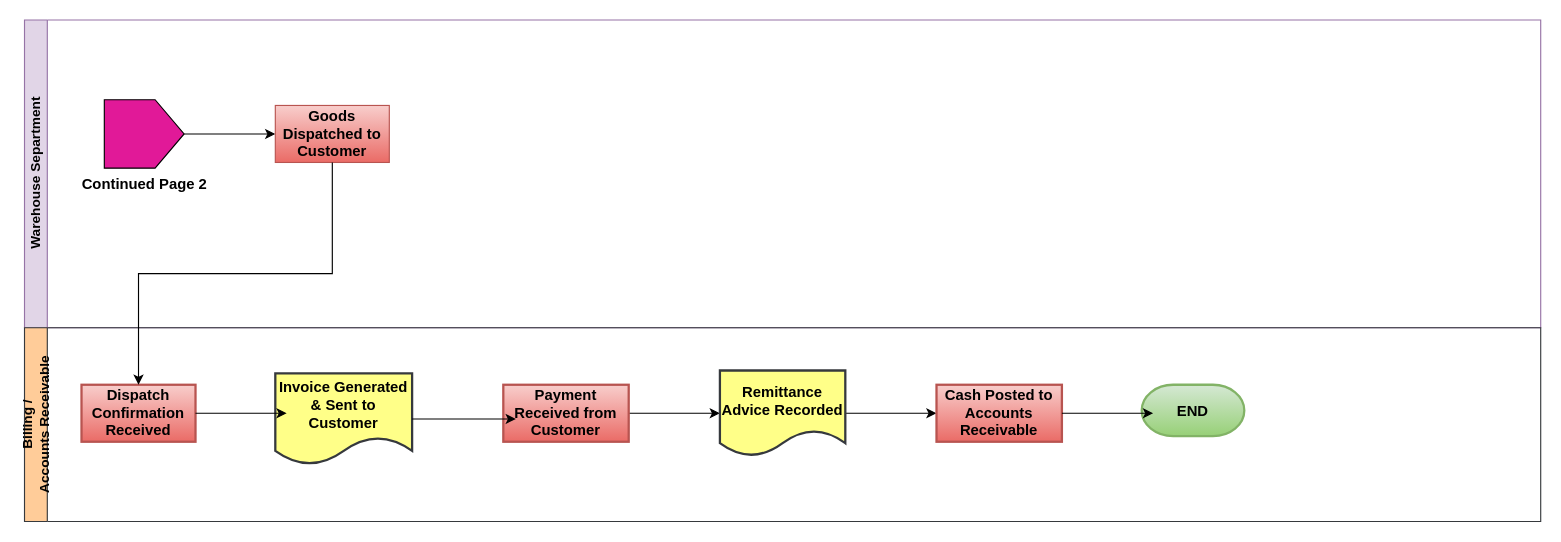
Earlier version of the draw.io diagram page "Page-2" (2 of 2) of Revenue_Cycle_Controls.drawio (MiaoqingZheng/drawio). Source tidied: cells renumbered, new cells numbered last; positions are measured from the earlier drawing's top-left corner, leaving out a move shared by most shapes. Both pictures are drawn from the tidied source at 114%, with x=0, y=0 at pixel (24, 19).
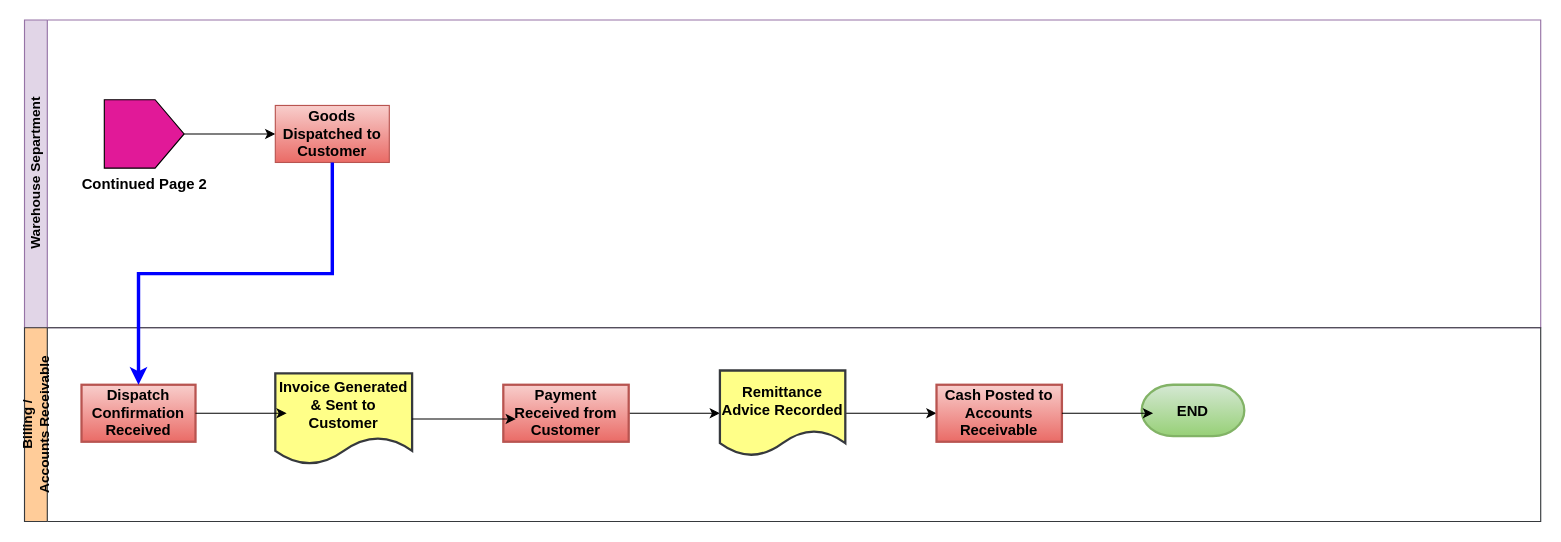
Above is the later version.

Change to the diagram source:
```diff
@@
 <mxGraphModel>
   <root>
     <mxCell id="0" />
     <mxCell id="1" parent="0" />
     <mxCell id="2" value="Warehouse Separtment" style="swimlane;startSize=20;horizontal=0;html=1;fillColor=#e1d5e7;strokeColor=#9673a6;" parent="1" vertex="1">
       <mxGeometry width="1330" height="270" as="geometry" />
     </mxCell>
     <mxCell id="3" style="edgeStyle=orthogonalEdgeStyle;rounded=0;jettySize=auto;html=1;exitX=0.5;exitY=1;exitDx=0;exitDy=0;entryX=0;entryY=0.5;entryDx=0;entryDy=0;" parent="2" edge="1" source="4" target="5">
       <mxGeometry relative="1" as="geometry" />
     </mxCell>
     <mxCell id="4" value="&lt;font style=&quot;font-size: 13px;&quot;&gt;&lt;b&gt;Continued Page 2&lt;/b&gt;&lt;/font&gt;" style="verticalLabelPosition=bottom;verticalAlign=top;html=1;shape=offPageConnector;rounded=0;size=0.36363636363636365;fillColor=light-dark(#e11998, #ededed);direction=north;" parent="2" vertex="1">
       <mxGeometry x="70" y="70" width="70" height="60" as="geometry" />
     </mxCell>
     <mxCell id="5" value="&lt;font style=&quot;font-size: 13px;&quot;&gt;&lt;b&gt;Goods Dispatched to Customer&lt;/b&gt;&lt;/font&gt;" style="html=1;dashed=0;whiteSpace=wrap;fillColor=#f8cecc;gradientColor=#ea6b66;strokeColor=#b85450;" parent="2" vertex="1">
       <mxGeometry x="220" y="75" width="100" height="50" as="geometry" />
     </mxCell>
     <mxCell id="6" value="&lt;span style=&quot;text-wrap-mode: nowrap;&quot;&gt;Billing /&lt;/span&gt;&lt;br style=&quot;text-wrap-mode: nowrap;&quot;&gt;&lt;span style=&quot;text-wrap-mode: nowrap;&quot;&gt;Accounts Receivable&lt;/span&gt;" style="swimlane;startSize=20;horizontal=0;html=1;whiteSpace=wrap;fillColor=#ffcc99;strokeColor=#36393d;" parent="1" vertex="1">
       <mxGeometry y="270" width="1330" height="170" as="geometry" />
     </mxCell>
     <mxCell id="7" value="&lt;b&gt;&lt;font style=&quot;font-size: 13px;&quot;&gt;Dispatch Confirmation Received&lt;/font&gt;&lt;/b&gt;" style="html=1;dashed=0;whiteSpace=wrap;strokeWidth=2;fillColor=#f8cecc;gradientColor=#ea6b66;strokeColor=#b85450;" parent="6" vertex="1">
       <mxGeometry x="50" y="50" width="100" height="50" as="geometry" />
     </mxCell>
     <mxCell id="8" value="&lt;font style=&quot;font-size: 13px;&quot;&gt;&lt;b&gt;Invoice Generated &amp;amp; Sent to Customer&lt;/b&gt;&lt;/font&gt;" style="shape=document;whiteSpace=wrap;html=1;boundedLbl=1;fillColor=#ffff88;strokeColor=#36393d;strokeWidth=2;" parent="6" vertex="1">
       <mxGeometry x="220" y="40" width="120" height="80" as="geometry" />
     </mxCell>
     <mxCell id="9" style="edgeStyle=orthogonalEdgeStyle;rounded=0;jettySize=auto;html=1;exitX=1;exitY=0.5;exitDx=0;exitDy=0;entryX=0.083;entryY=0.438;entryDx=0;entryDy=0;entryPerimeter=0;" parent="6" edge="1" source="7" target="8">
       <mxGeometry relative="1" as="geometry" />
     </mxCell>
     <mxCell id="10" style="edgeStyle=orthogonalEdgeStyle;rounded=0;jettySize=auto;html=1;exitX=1;exitY=0.5;exitDx=0;exitDy=0;entryX=0;entryY=0.5;entryDx=0;entryDy=0;" parent="6" edge="1" source="11" target="14">
       <mxGeometry relative="1" as="geometry" />
     </mxCell>
     <mxCell id="11" value="&lt;b&gt;&lt;font style=&quot;font-size: 13px;&quot;&gt;Payment Received from Customer&lt;/font&gt;&lt;/b&gt;" style="html=1;dashed=0;whiteSpace=wrap;strokeWidth=2;fillColor=#f8cecc;gradientColor=#ea6b66;strokeColor=#b85450;" parent="6" vertex="1">
       <mxGeometry x="420" y="50" width="110" height="50" as="geometry" />
     </mxCell>
     <mxCell id="12" style="edgeStyle=orthogonalEdgeStyle;rounded=0;jettySize=auto;html=1;exitX=1;exitY=0.5;exitDx=0;exitDy=0;entryX=0.1;entryY=0.6;entryDx=0;entryDy=0;entryPerimeter=0;" parent="6" edge="1" source="8" target="11">
       <mxGeometry relative="1" as="geometry" />
     </mxCell>
     <mxCell id="13" style="edgeStyle=orthogonalEdgeStyle;rounded=0;jettySize=auto;html=1;exitX=1;exitY=0.5;exitDx=0;exitDy=0;entryX=0;entryY=0.5;entryDx=0;entryDy=0;" parent="6" edge="1" source="14" target="15">
       <mxGeometry relative="1" as="geometry" />
     </mxCell>
     <mxCell id="14" value="&lt;font style=&quot;font-size: 13px;&quot;&gt;&lt;b&gt;Remittance Advice Recorded&lt;/b&gt;&lt;/font&gt;" style="shape=document;whiteSpace=wrap;html=1;boundedLbl=1;fillColor=#ffff88;strokeColor=#36393d;strokeWidth=2;" parent="6" vertex="1">
       <mxGeometry x="610" y="37.5" width="110" height="75" as="geometry" />
     </mxCell>
     <mxCell id="15" value="&lt;b&gt;&lt;font style=&quot;font-size: 13px;&quot;&gt;Cash Posted to Accounts Receivable&lt;/font&gt;&lt;/b&gt;" style="html=1;dashed=0;whiteSpace=wrap;strokeWidth=2;fillColor=#f8cecc;gradientColor=#ea6b66;strokeColor=#b85450;" parent="6" vertex="1">
       <mxGeometry x="800" y="50" width="110" height="50" as="geometry" />
     </mxCell>
     <mxCell id="16" value="&lt;font style=&quot;font-size: 13px;&quot;&gt;&lt;b&gt;END&lt;/b&gt;&lt;/font&gt;" style="strokeWidth=2;html=1;shape=mxgraph.flowchart.terminator;whiteSpace=wrap;fillColor=#d5e8d4;gradientColor=#97d077;strokeColor=#82b366;" parent="6" vertex="1">
       <mxGeometry x="980" y="50" width="90" height="45" as="geometry" />
     </mxCell>
     <mxCell id="17" style="edgeStyle=orthogonalEdgeStyle;rounded=0;jettySize=auto;html=1;exitX=1;exitY=0.5;exitDx=0;exitDy=0;entryX=0.111;entryY=0.556;entryDx=0;entryDy=0;entryPerimeter=0;" parent="6" edge="1" source="15" target="16">
       <mxGeometry relative="1" as="geometry" />
     </mxCell>
-    <mxCell id="18" style="edgeStyle=orthogonalEdgeStyle;rounded=0;jettySize=auto;html=1;exitX=0.5;exitY=1;exitDx=0;exitDy=0;entryX=0.5;entryY=0;entryDx=0;entryDy=0;" parent="1" edge="1" source="5" target="7">
+    <mxCell id="18" style="edgeStyle=orthogonalEdgeStyle;rounded=0;jettySize=auto;html=1;exitX=0.5;exitY=1;exitDx=0;exitDy=0;entryX=0.5;entryY=0;entryDx=0;entryDy=0;strokeColor=#0000FF;strokeWidth=3;" parent="1" edge="1" source="5" target="7">
       <mxGeometry relative="1" as="geometry" />
     </mxCell>
   </root>
 </mxGraphModel>
```
